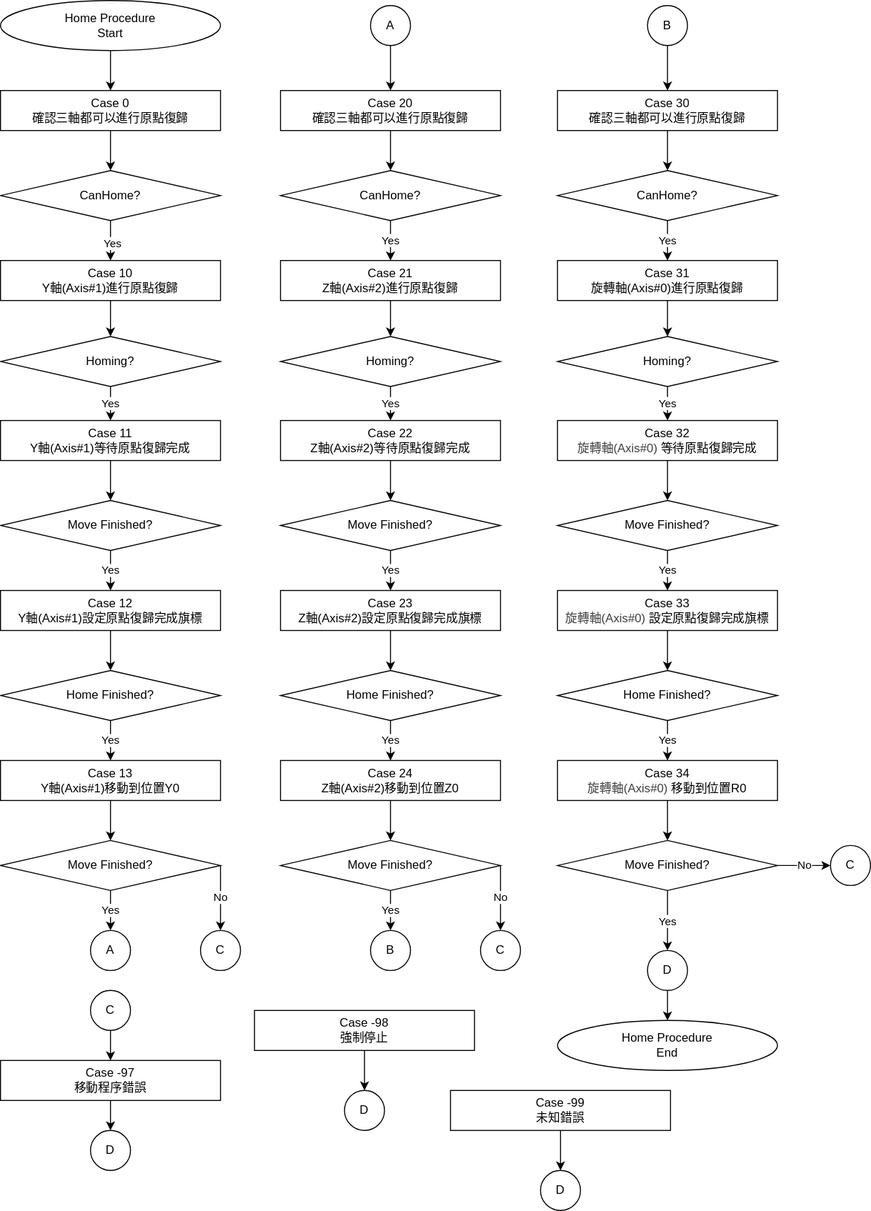
Above: ChargerControlApp/Pictures/FlowChart/HomeFlowChart.drawio.svg in isalan06/ChargerControlApp (draw.io), before the change. Source tidied: cells renumbered, new cells last; positions are measured from the earlier drawing's top-left corner, leaving out a move shared by most shapes. The source it was exported from:
```xml
<mxGraphModel>
  <root>
    <mxCell id="0" />
    <mxCell id="1" parent="0" />
    <mxCell id="2" style="edgeStyle=none;html=1;" parent="1" edge="1" source="3" target="5">
      <mxGeometry relative="1" as="geometry" />
    </mxCell>
    <mxCell id="3" value="Home Procedure&lt;div&gt;Start&lt;/div&gt;" style="ellipse;whiteSpace=wrap;html=1;" parent="1" vertex="1">
      <mxGeometry width="220" height="50" as="geometry" />
    </mxCell>
    <mxCell id="4" style="edgeStyle=none;html=1;" parent="1" edge="1" source="5" target="8">
      <mxGeometry relative="1" as="geometry" />
    </mxCell>
    <mxCell id="5" value="Case 0&lt;div&gt;確認三軸都可以進行原點復歸&lt;/div&gt;" style="rounded=0;whiteSpace=wrap;html=1;" parent="1" vertex="1">
      <mxGeometry y="90" width="220" height="40" as="geometry" />
    </mxCell>
    <mxCell id="6" style="edgeStyle=none;html=1;" parent="1" edge="1" source="8" target="10">
      <mxGeometry relative="1" as="geometry" />
    </mxCell>
    <mxCell id="7" value="Yes" style="edgeLabel;html=1;align=center;verticalAlign=middle;" parent="6" vertex="1">
      <mxGeometry x="0.15" y="1" relative="1" as="geometry" />
    </mxCell>
    <mxCell id="8" value="CanHome?" style="rhombus;whiteSpace=wrap;html=1;" parent="1" vertex="1">
      <mxGeometry y="170" width="220" height="50" as="geometry" />
    </mxCell>
    <mxCell id="9" style="edgeStyle=none;html=1;" parent="1" edge="1" source="10" target="12">
      <mxGeometry relative="1" as="geometry" />
    </mxCell>
    <mxCell id="10" value="Case 10&lt;div&gt;Y軸(Axis#1)進行原點復歸&lt;/div&gt;" style="rounded=0;whiteSpace=wrap;html=1;" parent="1" vertex="1">
      <mxGeometry y="260" width="220" height="40" as="geometry" />
    </mxCell>
    <mxCell id="11" value="Yes" style="edgeStyle=none;html=1;" parent="1" edge="1" source="12" target="14">
      <mxGeometry relative="1" as="geometry" />
    </mxCell>
    <mxCell id="12" value="Homing?" style="rhombus;whiteSpace=wrap;html=1;" parent="1" vertex="1">
      <mxGeometry y="336" width="220" height="50" as="geometry" />
    </mxCell>
    <mxCell id="13" style="edgeStyle=none;html=1;" parent="1" edge="1" source="14" target="16">
      <mxGeometry relative="1" as="geometry" />
    </mxCell>
    <mxCell id="14" value="Case 11&lt;div&gt;Y軸(Axis#1)等待原點復歸完成&lt;/div&gt;" style="rounded=0;whiteSpace=wrap;html=1;" parent="1" vertex="1">
      <mxGeometry y="420" width="220" height="40" as="geometry" />
    </mxCell>
    <mxCell id="15" value="Yes" style="edgeStyle=none;html=1;" parent="1" edge="1" source="16" target="18">
      <mxGeometry relative="1" as="geometry" />
    </mxCell>
    <mxCell id="16" value="Move Finished?" style="rhombus;whiteSpace=wrap;html=1;" parent="1" vertex="1">
      <mxGeometry y="500" width="220" height="50" as="geometry" />
    </mxCell>
    <mxCell id="17" style="edgeStyle=none;html=1;" parent="1" edge="1" source="18" target="20">
      <mxGeometry relative="1" as="geometry" />
    </mxCell>
    <mxCell id="18" value="Case 12&lt;div&gt;Y軸(Axis#1)設定原點復歸完成旗標&lt;/div&gt;" style="rounded=0;whiteSpace=wrap;html=1;" parent="1" vertex="1">
      <mxGeometry y="590" width="220" height="40" as="geometry" />
    </mxCell>
    <mxCell id="19" value="Yes" style="edgeStyle=none;html=1;" parent="1" edge="1" source="20" target="22">
      <mxGeometry relative="1" as="geometry" />
    </mxCell>
    <mxCell id="20" value="Home Finished?" style="rhombus;whiteSpace=wrap;html=1;" parent="1" vertex="1">
      <mxGeometry y="670" width="220" height="50" as="geometry" />
    </mxCell>
    <mxCell id="21" style="edgeStyle=none;html=1;" parent="1" edge="1" source="22" target="25">
      <mxGeometry relative="1" as="geometry" />
    </mxCell>
    <mxCell id="22" value="Case 13&lt;div&gt;Y軸(Axis#1)移動到位置Y0&lt;/div&gt;" style="rounded=0;whiteSpace=wrap;html=1;" parent="1" vertex="1">
      <mxGeometry y="760" width="220" height="40" as="geometry" />
    </mxCell>
    <mxCell id="23" value="Yes" style="edgeStyle=none;html=1;" parent="1" edge="1" source="25" target="26">
      <mxGeometry relative="1" as="geometry" />
    </mxCell>
    <mxCell id="24" value="No" style="edgeStyle=none;html=1;entryX=0.5;entryY=0;entryDx=0;entryDy=0;exitX=1;exitY=0.5;exitDx=0;exitDy=0;" parent="1" edge="1" source="25" target="77">
      <mxGeometry relative="1" as="geometry" />
    </mxCell>
    <mxCell id="25" value="Move Finished?" style="rhombus;whiteSpace=wrap;html=1;" parent="1" vertex="1">
      <mxGeometry y="840" width="220" height="50" as="geometry" />
    </mxCell>
    <mxCell id="26" value="A" style="ellipse;whiteSpace=wrap;html=1;" parent="1" vertex="1">
      <mxGeometry x="90" y="930" width="40" height="40" as="geometry" />
    </mxCell>
    <mxCell id="27" style="edgeStyle=none;html=1;" parent="1" edge="1" source="28" target="30">
      <mxGeometry relative="1" as="geometry" />
    </mxCell>
    <mxCell id="28" value="A" style="ellipse;whiteSpace=wrap;html=1;" parent="1" vertex="1">
      <mxGeometry x="370" y="5" width="40" height="40" as="geometry" />
    </mxCell>
    <mxCell id="29" style="edgeStyle=none;html=1;" parent="1" edge="1" source="30" target="32">
      <mxGeometry relative="1" as="geometry" />
    </mxCell>
    <mxCell id="30" value="Case 20&lt;div&gt;確認三軸都可以進行原點復歸&lt;/div&gt;" style="rounded=0;whiteSpace=wrap;html=1;" parent="1" vertex="1">
      <mxGeometry x="280" y="90" width="220" height="40" as="geometry" />
    </mxCell>
    <mxCell id="31" value="Yes" style="edgeStyle=none;html=1;" parent="1" edge="1" source="32" target="34">
      <mxGeometry relative="1" as="geometry" />
    </mxCell>
    <mxCell id="32" value="CanHome?" style="rhombus;whiteSpace=wrap;html=1;" parent="1" vertex="1">
      <mxGeometry x="280" y="170" width="220" height="50" as="geometry" />
    </mxCell>
    <mxCell id="33" style="edgeStyle=none;html=1;" parent="1" edge="1" source="34" target="36">
      <mxGeometry relative="1" as="geometry" />
    </mxCell>
    <mxCell id="34" value="Case 21&lt;div&gt;Z軸(Axis#2)進行原點復歸&lt;/div&gt;" style="rounded=0;whiteSpace=wrap;html=1;" parent="1" vertex="1">
      <mxGeometry x="280" y="260" width="220" height="40" as="geometry" />
    </mxCell>
    <mxCell id="35" value="Yes" style="edgeStyle=none;html=1;" parent="1" edge="1" source="36" target="38">
      <mxGeometry relative="1" as="geometry" />
    </mxCell>
    <mxCell id="36" value="Homing?" style="rhombus;whiteSpace=wrap;html=1;" parent="1" vertex="1">
      <mxGeometry x="280" y="336" width="220" height="50" as="geometry" />
    </mxCell>
    <mxCell id="37" style="edgeStyle=none;html=1;" parent="1" edge="1" source="38" target="40">
      <mxGeometry relative="1" as="geometry" />
    </mxCell>
    <mxCell id="38" value="Case 22&lt;div&gt;Z軸(Axis#2)等待原點復歸完成&lt;/div&gt;" style="rounded=0;whiteSpace=wrap;html=1;" parent="1" vertex="1">
      <mxGeometry x="280" y="420" width="220" height="40" as="geometry" />
    </mxCell>
    <mxCell id="39" value="Yes" style="edgeStyle=none;html=1;" parent="1" edge="1" source="40" target="42">
      <mxGeometry relative="1" as="geometry" />
    </mxCell>
    <mxCell id="40" value="Move Finished?" style="rhombus;whiteSpace=wrap;html=1;" parent="1" vertex="1">
      <mxGeometry x="280" y="500" width="220" height="50" as="geometry" />
    </mxCell>
    <mxCell id="41" style="edgeStyle=none;html=1;" parent="1" edge="1" source="42" target="44">
      <mxGeometry relative="1" as="geometry" />
    </mxCell>
    <mxCell id="42" value="Case 23&lt;div&gt;Z軸(Axis#2)設定原點復歸完成旗標&lt;/div&gt;" style="rounded=0;whiteSpace=wrap;html=1;" parent="1" vertex="1">
      <mxGeometry x="280" y="590" width="220" height="40" as="geometry" />
    </mxCell>
    <mxCell id="43" value="Yes" style="edgeStyle=none;html=1;" parent="1" edge="1" source="44" target="46">
      <mxGeometry relative="1" as="geometry" />
    </mxCell>
    <mxCell id="44" value="Home Finished?" style="rhombus;whiteSpace=wrap;html=1;" parent="1" vertex="1">
      <mxGeometry x="280" y="670" width="220" height="50" as="geometry" />
    </mxCell>
    <mxCell id="45" style="edgeStyle=none;html=1;" parent="1" edge="1" source="46" target="49">
      <mxGeometry relative="1" as="geometry" />
    </mxCell>
    <mxCell id="46" value="Case 24&lt;div&gt;Z軸(Axis#2)移動到位置Z0&lt;/div&gt;" style="rounded=0;whiteSpace=wrap;html=1;" parent="1" vertex="1">
      <mxGeometry x="280" y="760" width="220" height="40" as="geometry" />
    </mxCell>
    <mxCell id="47" value="Yes" style="edgeStyle=none;html=1;" parent="1" edge="1" source="49" target="50">
      <mxGeometry relative="1" as="geometry" />
    </mxCell>
    <mxCell id="48" value="No" style="edgeStyle=none;html=1;entryX=0.5;entryY=0;entryDx=0;entryDy=0;exitX=1;exitY=0.5;exitDx=0;exitDy=0;" parent="1" edge="1" source="49" target="78">
      <mxGeometry relative="1" as="geometry" />
    </mxCell>
    <mxCell id="49" value="Move Finished?" style="rhombus;whiteSpace=wrap;html=1;" parent="1" vertex="1">
      <mxGeometry x="280" y="840" width="220" height="50" as="geometry" />
    </mxCell>
    <mxCell id="50" value="B" style="ellipse;whiteSpace=wrap;html=1;" parent="1" vertex="1">
      <mxGeometry x="370" y="930" width="40" height="40" as="geometry" />
    </mxCell>
    <mxCell id="51" style="edgeStyle=none;html=1;" parent="1" edge="1" source="52" target="54">
      <mxGeometry relative="1" as="geometry" />
    </mxCell>
    <mxCell id="52" value="B" style="ellipse;whiteSpace=wrap;html=1;" parent="1" vertex="1">
      <mxGeometry x="647" y="5" width="40" height="40" as="geometry" />
    </mxCell>
    <mxCell id="53" style="edgeStyle=none;html=1;" parent="1" edge="1" source="54" target="56">
      <mxGeometry relative="1" as="geometry" />
    </mxCell>
    <mxCell id="54" value="Case 30&lt;div&gt;確認三軸都可以進行原點復歸&lt;/div&gt;" style="rounded=0;whiteSpace=wrap;html=1;" parent="1" vertex="1">
      <mxGeometry x="557" y="90" width="220" height="40" as="geometry" />
    </mxCell>
    <mxCell id="55" value="Yes" style="edgeStyle=none;html=1;" parent="1" edge="1" source="56" target="58">
      <mxGeometry relative="1" as="geometry" />
    </mxCell>
    <mxCell id="56" value="CanHome?" style="rhombus;whiteSpace=wrap;html=1;" parent="1" vertex="1">
      <mxGeometry x="557" y="170" width="220" height="50" as="geometry" />
    </mxCell>
    <mxCell id="57" style="edgeStyle=none;html=1;" parent="1" edge="1" source="58" target="60">
      <mxGeometry relative="1" as="geometry" />
    </mxCell>
    <mxCell id="58" value="Case 31&lt;div&gt;旋轉軸(Axis#0)進行原點復歸&lt;/div&gt;" style="rounded=0;whiteSpace=wrap;html=1;" parent="1" vertex="1">
      <mxGeometry x="557" y="260" width="220" height="40" as="geometry" />
    </mxCell>
    <mxCell id="59" value="Yes" style="edgeStyle=none;html=1;" parent="1" edge="1" source="60" target="62">
      <mxGeometry relative="1" as="geometry" />
    </mxCell>
    <mxCell id="60" value="Homing?" style="rhombus;whiteSpace=wrap;html=1;" parent="1" vertex="1">
      <mxGeometry x="557" y="336" width="220" height="50" as="geometry" />
    </mxCell>
    <mxCell id="61" style="edgeStyle=none;html=1;" parent="1" edge="1" source="62" target="64">
      <mxGeometry relative="1" as="geometry" />
    </mxCell>
    <mxCell id="62" value="Case 32&lt;br class=&quot;Apple-interchange-newline&quot;&gt;&lt;div&gt;&lt;span style=&quot;color: rgb(63, 63, 63); background-color: transparent;&quot;&gt;旋轉軸(Axis#0)&lt;/span&gt;等待原點復歸完成&lt;/div&gt;" style="rounded=0;whiteSpace=wrap;html=1;" parent="1" vertex="1">
      <mxGeometry x="557" y="420" width="220" height="40" as="geometry" />
    </mxCell>
    <mxCell id="63" value="Yes" style="edgeStyle=none;html=1;" parent="1" edge="1" source="64" target="66">
      <mxGeometry relative="1" as="geometry" />
    </mxCell>
    <mxCell id="64" value="Move Finished?" style="rhombus;whiteSpace=wrap;html=1;" parent="1" vertex="1">
      <mxGeometry x="557" y="500" width="220" height="50" as="geometry" />
    </mxCell>
    <mxCell id="65" style="edgeStyle=none;html=1;" parent="1" edge="1" source="66" target="68">
      <mxGeometry relative="1" as="geometry" />
    </mxCell>
    <mxCell id="66" value="Case 33&lt;br&gt;&lt;div&gt;&lt;span style=&quot;color: rgb(63, 63, 63); background-color: transparent;&quot;&gt;旋轉軸(Axis#0)&lt;/span&gt;設定原點復歸完成旗標&lt;/div&gt;" style="rounded=0;whiteSpace=wrap;html=1;" parent="1" vertex="1">
      <mxGeometry x="557" y="590" width="220" height="40" as="geometry" />
    </mxCell>
    <mxCell id="67" value="Yes" style="edgeStyle=none;html=1;" parent="1" edge="1" source="68" target="70">
      <mxGeometry relative="1" as="geometry" />
    </mxCell>
    <mxCell id="68" value="Home Finished?" style="rhombus;whiteSpace=wrap;html=1;" parent="1" vertex="1">
      <mxGeometry x="557" y="670" width="220" height="50" as="geometry" />
    </mxCell>
    <mxCell id="69" style="edgeStyle=none;html=1;" parent="1" edge="1" source="70" target="73">
      <mxGeometry relative="1" as="geometry" />
    </mxCell>
    <mxCell id="70" value="Case 34&lt;br&gt;&lt;div&gt;&lt;span style=&quot;color: rgb(63, 63, 63); background-color: transparent;&quot;&gt;旋轉軸(Axis#0)&lt;/span&gt;移動到位置R0&lt;/div&gt;" style="rounded=0;whiteSpace=wrap;html=1;" parent="1" vertex="1">
      <mxGeometry x="557" y="760" width="220" height="40" as="geometry" />
    </mxCell>
    <mxCell id="71" value="Yes" style="edgeStyle=none;html=1;entryX=0.5;entryY=0;entryDx=0;entryDy=0;" parent="1" edge="1" source="73" target="83">
      <mxGeometry relative="1" as="geometry" />
    </mxCell>
    <mxCell id="72" value="No" style="edgeStyle=none;html=1;" parent="1" edge="1" source="73" target="79">
      <mxGeometry relative="1" as="geometry" />
    </mxCell>
    <mxCell id="73" value="Move Finished?" style="rhombus;whiteSpace=wrap;html=1;" parent="1" vertex="1">
      <mxGeometry x="557" y="840" width="220" height="50" as="geometry" />
    </mxCell>
    <mxCell id="74" value="Home Procedure&lt;div&gt;End&lt;/div&gt;" style="ellipse;whiteSpace=wrap;html=1;" parent="1" vertex="1">
      <mxGeometry x="557" y="1020" width="220" height="50" as="geometry" />
    </mxCell>
    <mxCell id="75" style="edgeStyle=none;html=1;" parent="1" edge="1" source="76" target="84">
      <mxGeometry relative="1" as="geometry" />
    </mxCell>
    <mxCell id="76" value="Case -97&lt;div&gt;移動程序錯誤&lt;/div&gt;" style="rounded=0;whiteSpace=wrap;html=1;" parent="1" vertex="1">
      <mxGeometry y="1060" width="220" height="40" as="geometry" />
    </mxCell>
    <mxCell id="77" value="C" style="ellipse;whiteSpace=wrap;html=1;" parent="1" vertex="1">
      <mxGeometry x="200" y="930" width="40" height="40" as="geometry" />
    </mxCell>
    <mxCell id="78" value="C" style="ellipse;whiteSpace=wrap;html=1;" parent="1" vertex="1">
      <mxGeometry x="480" y="930" width="40" height="40" as="geometry" />
    </mxCell>
    <mxCell id="79" value="C" style="ellipse;whiteSpace=wrap;html=1;" parent="1" vertex="1">
      <mxGeometry x="830" y="845" width="40" height="40" as="geometry" />
    </mxCell>
    <mxCell id="80" style="edgeStyle=none;html=1;" parent="1" edge="1" source="81" target="76">
      <mxGeometry relative="1" as="geometry" />
    </mxCell>
    <mxCell id="81" value="C" style="ellipse;whiteSpace=wrap;html=1;" parent="1" vertex="1">
      <mxGeometry x="90" y="990" width="40" height="40" as="geometry" />
    </mxCell>
    <mxCell id="82" style="edgeStyle=none;html=1;" parent="1" edge="1" source="83" target="74">
      <mxGeometry relative="1" as="geometry" />
    </mxCell>
    <mxCell id="83" value="D" style="ellipse;whiteSpace=wrap;html=1;" parent="1" vertex="1">
      <mxGeometry x="647" y="950" width="40" height="40" as="geometry" />
    </mxCell>
    <mxCell id="84" value="D" style="ellipse;whiteSpace=wrap;html=1;" parent="1" vertex="1">
      <mxGeometry x="90" y="1130" width="40" height="40" as="geometry" />
    </mxCell>
    <mxCell id="85" style="edgeStyle=none;html=1;" parent="1" edge="1" source="86" target="87">
      <mxGeometry relative="1" as="geometry" />
    </mxCell>
    <mxCell id="86" value="Case -98&lt;div&gt;強制停止&lt;/div&gt;" style="rounded=0;whiteSpace=wrap;html=1;" parent="1" vertex="1">
      <mxGeometry x="254" y="1010" width="220" height="40" as="geometry" />
    </mxCell>
    <mxCell id="87" value="D" style="ellipse;whiteSpace=wrap;html=1;" parent="1" vertex="1">
      <mxGeometry x="344" y="1090" width="40" height="40" as="geometry" />
    </mxCell>
    <mxCell id="88" style="edgeStyle=none;html=1;" parent="1" edge="1" source="89" target="90">
      <mxGeometry relative="1" as="geometry" />
    </mxCell>
    <mxCell id="89" value="Case -99&lt;div&gt;未知錯誤&lt;/div&gt;" style="rounded=0;whiteSpace=wrap;html=1;" parent="1" vertex="1">
      <mxGeometry x="450" y="1090" width="220" height="40" as="geometry" />
    </mxCell>
    <mxCell id="90" value="D" style="ellipse;whiteSpace=wrap;html=1;" parent="1" vertex="1">
      <mxGeometry x="540" y="1170" width="40" height="40" as="geometry" />
    </mxCell>
  </root>
</mxGraphModel>
```
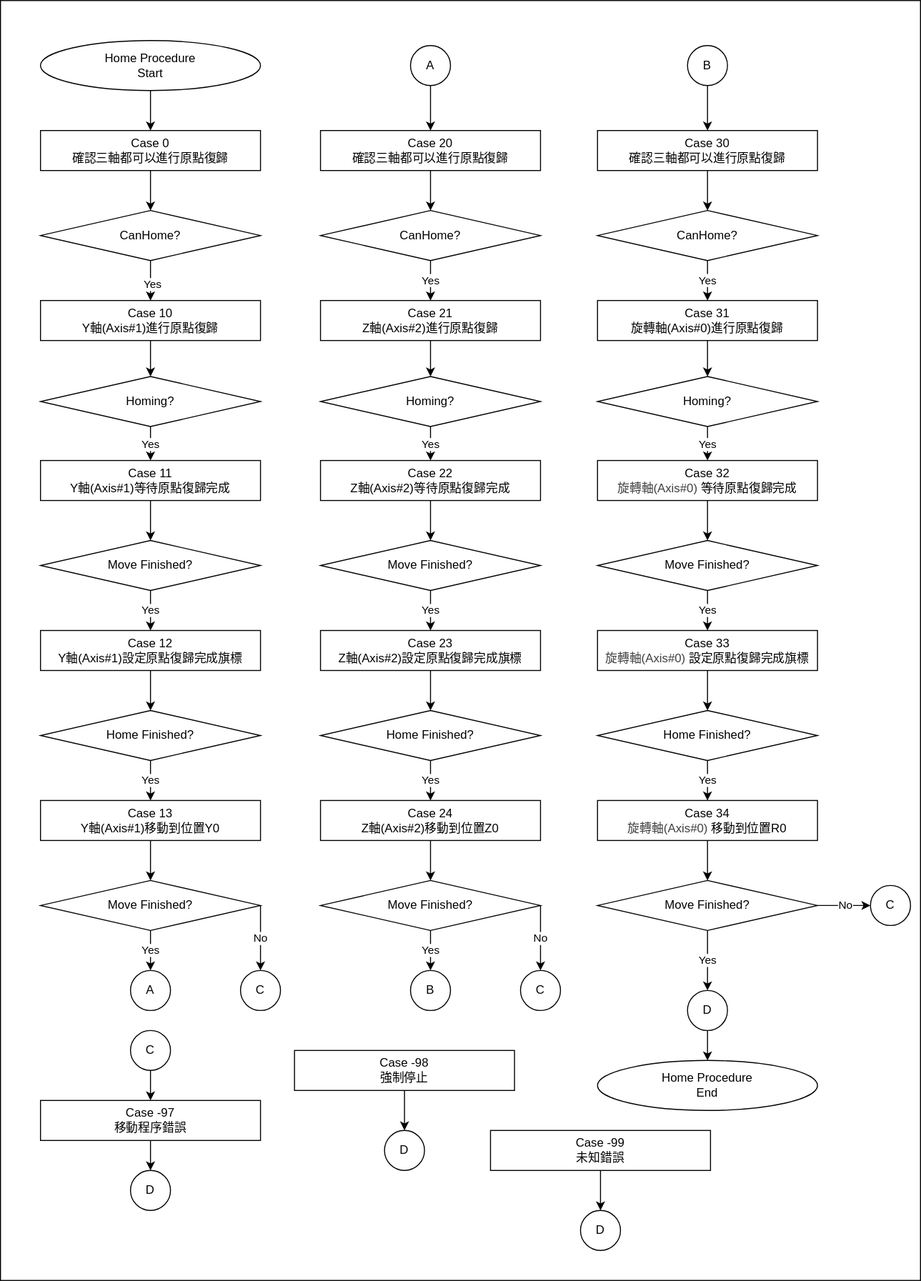
The same diagram one commit later.

Commit message:
Modify Home Flow Chart

Diff of the diagram source:
```diff
@@ -2,6 +2,9 @@
   <root>
     <mxCell id="0" />
     <mxCell id="1" parent="0" />
+    <mxCell id="91" style="rounded=0;whiteSpace=wrap;html=1;" parent="1" vertex="1">
+      <mxGeometry x="-40" y="-40" width="920" height="1280" as="geometry" />
+    </mxCell>
     <mxCell id="2" style="edgeStyle=none;html=1;" parent="1" edge="1" source="3" target="5">
       <mxGeometry relative="1" as="geometry" />
     </mxCell>
```
